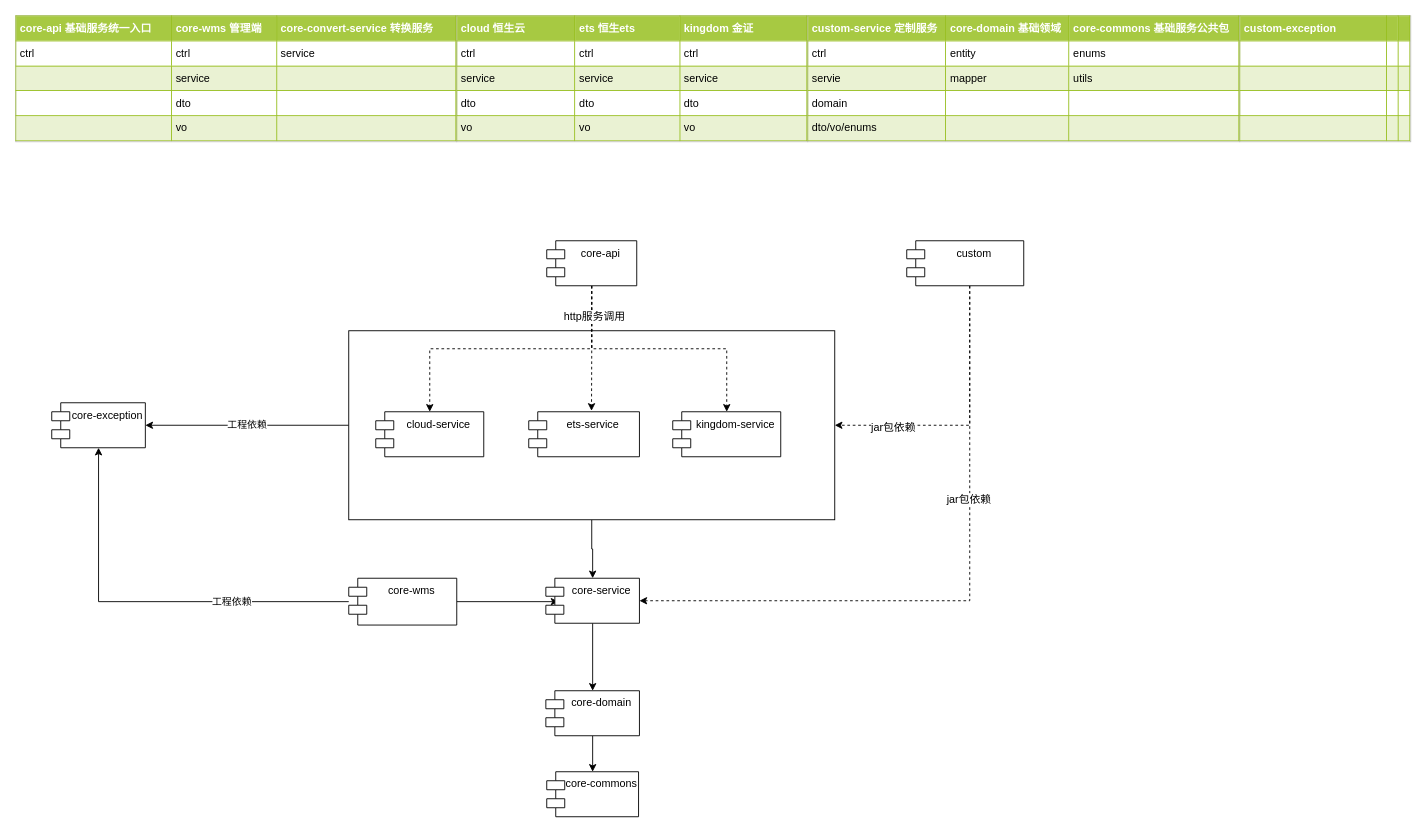
This is 基金3.0包图.drawio from ammengke/my-drawio, a draw.io file, before an edit. Source tidied: cells renumbered, new cells numbered last; positions are measured from the earlier drawing's top-left corner, leaving out a move shared by most shapes. Both pictures are drawn from the tidied source at 90%, with x=0, y=0 at pixel (15, 15).
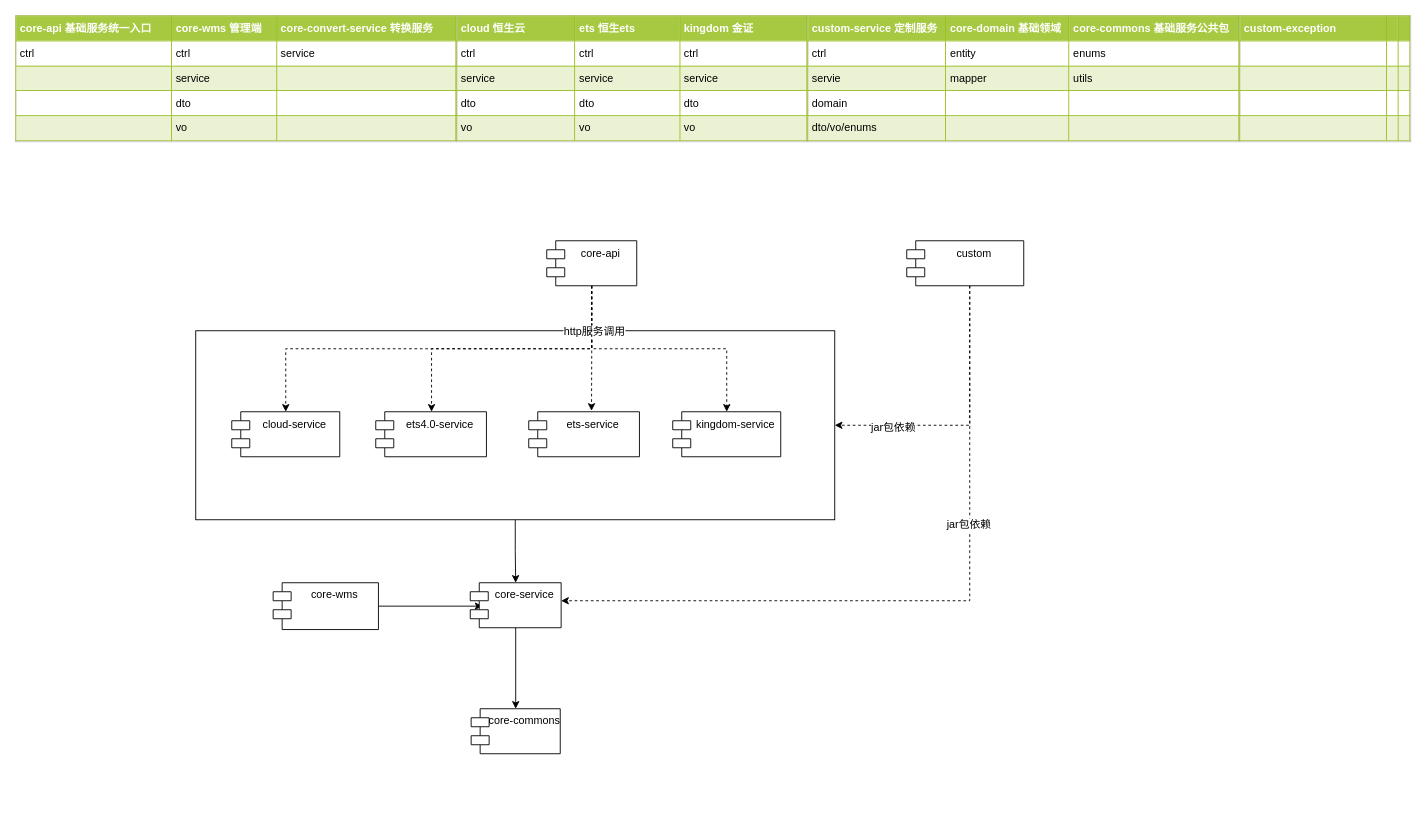
The same diagram, later.

Commit message:
更新基金3.0包图.drawio

Unchanged cells that the change refers to:
```xml
<mxCell id="9" value="core-api" style="shape=module;align=left;spacingLeft=20;align=center;verticalAlign=top;" parent="1" vertex="1">
  <mxGeometry x="590" y="250" width="100" height="50" as="geometry" />
</mxCell>
```

Diff of the diagram source:
```diff
@@
-    <mxCell id="2" value="工程依赖" style="edgeStyle=orthogonalEdgeStyle;rounded=0;jettySize=auto;html=1;entryX=1;entryY=0.5;entryDx=0;entryDy=0;" parent="1" edge="1" source="4" target="29">
-      <mxGeometry relative="1" as="geometry" />
-    </mxCell>
@@
     <mxCell id="4" style="rounded=0;whiteSpace=wrap;html=1;" parent="1" vertex="1">
-      <mxGeometry x="370" y="350" width="540" height="210" as="geometry" />
+      <mxGeometry x="200" y="350" width="710" height="210" as="geometry" />
     </mxCell>
@@
     <mxCell id="7" style="edgeStyle=orthogonalEdgeStyle;rounded=0;jettySize=auto;html=1;dashed=1;" parent="1" edge="1" source="9" target="11">
       <mxGeometry relative="1" as="geometry">
         <Array as="points">
           <mxPoint x="640" y="370" />
-          <mxPoint x="460" y="370" />
+          <mxPoint x="300" y="370" />
         </Array>
       </mxGeometry>
     </mxCell>
@@
+    <mxCell id="31" style="edgeStyle=orthogonalEdgeStyle;rounded=0;jettySize=auto;html=1;dashed=1;" parent="1" edge="1" source="9" target="32">
+      <mxGeometry relative="1" as="geometry">
+        <Array as="points">
+          <mxPoint x="640" y="370" />
+          <mxPoint x="462" y="370" />
+        </Array>
+      </mxGeometry>
+    </mxCell>
@@
     <mxCell id="11" value="cloud-service" style="shape=module;align=left;spacingLeft=20;align=center;verticalAlign=top;" parent="1" vertex="1">
-      <mxGeometry x="400" y="440" width="120" height="50" as="geometry" />
+      <mxGeometry x="240" y="440" width="120" height="50" as="geometry" />
     </mxCell>
@@
-    <mxCell id="18" style="edgeStyle=orthogonalEdgeStyle;rounded=0;jettySize=auto;html=1;entryX=0.5;entryY=0;entryDx=0;entryDy=0;" parent="1" edge="1" source="19" target="26">
-      <mxGeometry relative="1" as="geometry" />
-    </mxCell>
-    <mxCell id="19" value="core-domain" style="shape=module;align=left;spacingLeft=20;align=center;verticalAlign=top;" parent="1" vertex="1">
-      <mxGeometry x="589" y="750" width="104" height="50" as="geometry" />
-    </mxCell>
@@
-    <mxCell id="21" value="工程依赖" style="edgeStyle=orthogonalEdgeStyle;rounded=0;jettySize=auto;html=1;entryX=0.5;entryY=1;entryDx=0;entryDy=0;" parent="1" edge="1" source="22" target="29">
-      <mxGeometry x="-0.42" relative="1" as="geometry" />
-    </mxCell>
     <mxCell id="22" value="core-wms" style="shape=module;align=center;spacingLeft=20;align=center;verticalAlign=top;" parent="1" vertex="1">
-      <mxGeometry x="370" y="625" width="120" height="52" as="geometry" />
+      <mxGeometry x="286" y="630" width="117" height="52" as="geometry" />
     </mxCell>
@@
     <mxCell id="26" value="core-commons" style="shape=module;align=left;spacingLeft=20;align=center;verticalAlign=top;" parent="1" vertex="1">
-      <mxGeometry x="590" y="840" width="102" height="50" as="geometry" />
+      <mxGeometry x="506" y="770" width="99" height="50" as="geometry" />
     </mxCell>
-    <mxCell id="27" style="edgeStyle=orthogonalEdgeStyle;rounded=0;jettySize=auto;html=1;exitX=0.5;exitY=1;exitDx=0;exitDy=0;" parent="1" edge="1" source="28" target="19">
+    <mxCell id="27" style="edgeStyle=orthogonalEdgeStyle;rounded=0;jettySize=auto;html=1;exitX=0.5;exitY=1;exitDx=0;exitDy=0;entryX=0.5;entryY=0;entryDx=0;entryDy=0;" parent="1" edge="1" source="28" target="26">
       <mxGeometry relative="1" as="geometry" />
     </mxCell>
     <mxCell id="28" value="core-service" style="shape=module;align=left;spacingLeft=20;align=center;verticalAlign=top;" parent="1" vertex="1">
-      <mxGeometry x="589" y="625" width="104" height="50" as="geometry" />
+      <mxGeometry x="505" y="630" width="101" height="50" as="geometry" />
     </mxCell>
-    <mxCell id="29" value="core-exception" style="shape=module;align=left;spacingLeft=20;align=center;verticalAlign=top;" parent="1" vertex="1">
-      <mxGeometry x="40" y="430" width="104" height="50" as="geometry" />
-    </mxCell>
@@
+    <mxCell id="32" value="ets4.0-service" style="shape=module;align=left;spacingLeft=20;align=center;verticalAlign=top;" parent="1" vertex="1">
+      <mxGeometry x="400" y="440" width="123" height="50" as="geometry" />
+    </mxCell>
```
